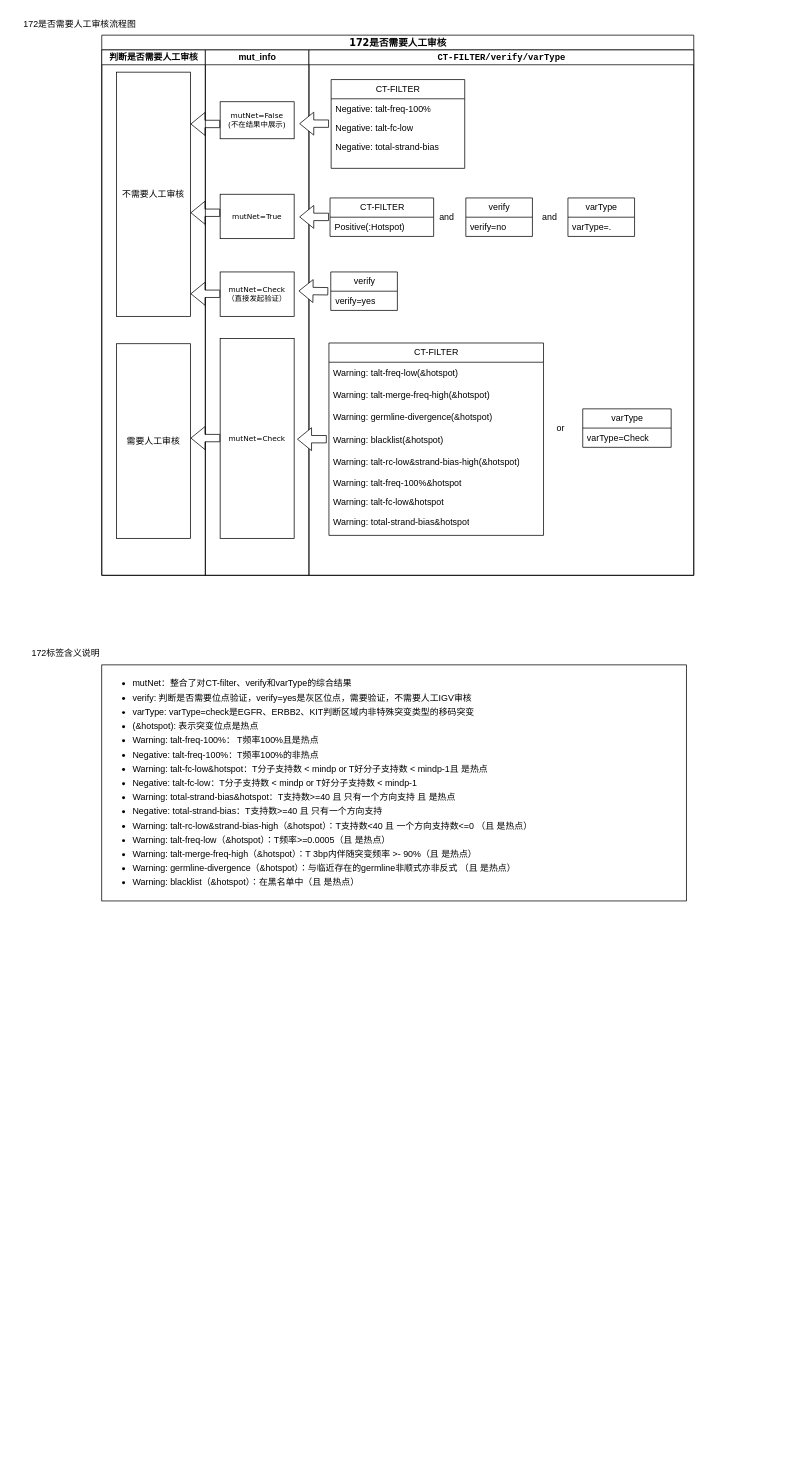
dingtian-genetronhealth/diagrams-genetron keeps this draw.io diagram as 172-0307 的副本.drawio. Above is the earlier version. Source tidied: cells renumbered, new cells numbered last; positions are measured from the earlier drawing's top-left corner, leaving out a move shared by most shapes. Both pictures are drawn from the tidied source at 74%, with x=0, y=0 at pixel (13, 13).
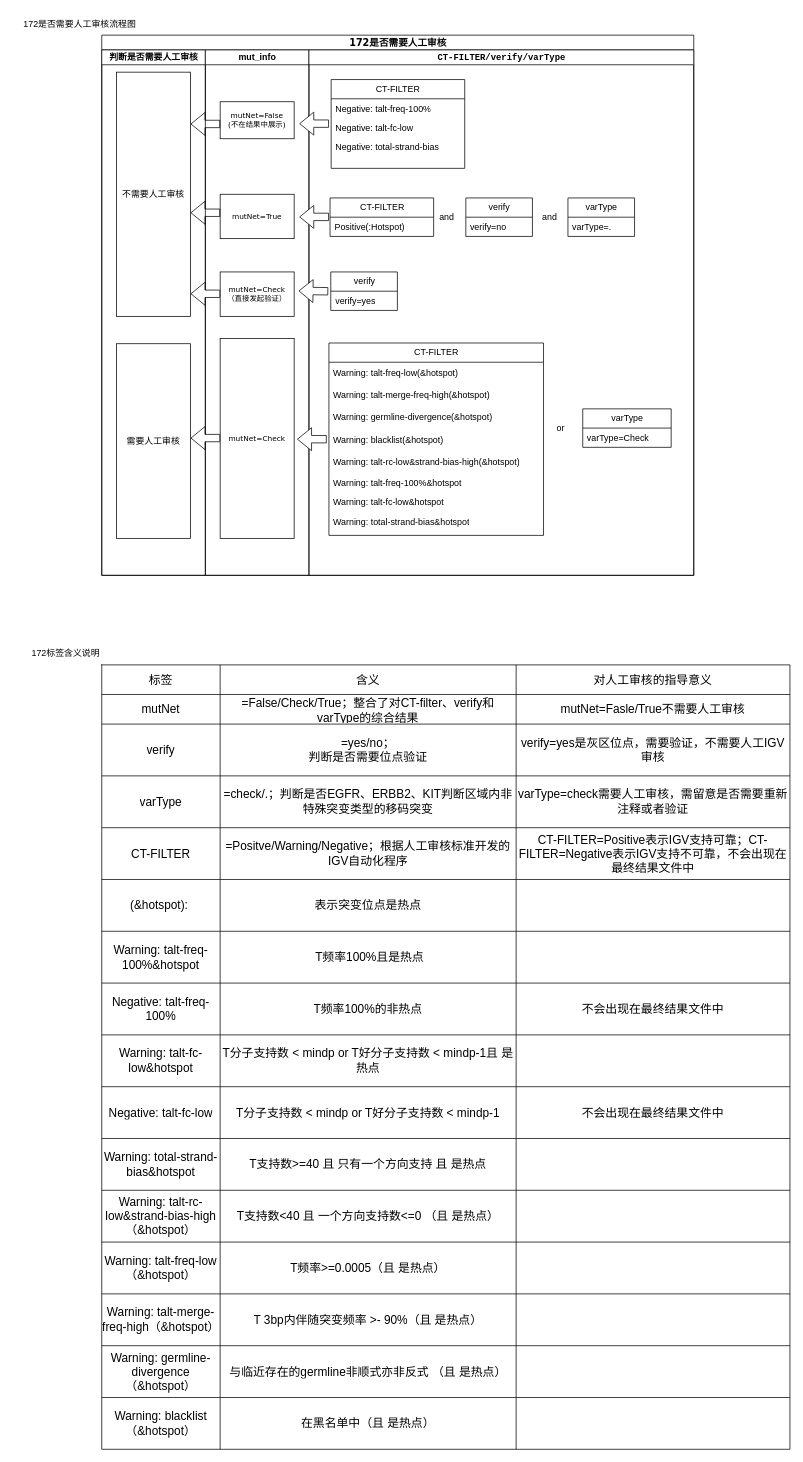
The same diagram, later.

Commit message:
更新172-0307 的副本.drawio

What changed in the source:
```diff
@@
-    <mxCell id="49" value="&lt;ul style=&quot;line-height: 160%;&quot;&gt;&lt;li&gt;mutNet：整合了对CT-filter、verify和varType的综合结果&lt;/li&gt;&lt;li&gt;verify: 判断是否需要位点验证，verify=yes是灰区位点，需要验证，不需要人工IGV审核&lt;/li&gt;&lt;li&gt;varType: varType=check是EGFR、ERBB2、KIT判断区域内非特殊突变类型的移码突变&lt;/li&gt;&lt;li&gt;(&amp;amp;hotspot): 表示突变位点是热点&lt;br&gt;&lt;/li&gt;&lt;li&gt;Warning:&amp;nbsp;talt-freq-100%： T频率100%且是热点&lt;br&gt;&lt;/li&gt;&lt;li&gt;Negative:&amp;nbsp;talt-freq-100%：T频率100%的非热点&lt;br&gt;&lt;/li&gt;&lt;li&gt;Warning: talt-fc-low&amp;amp;hotspot：T分子支持数 &amp;lt; mindp or T好分子支持数 &amp;lt; mindp-1且 是热点&lt;br&gt;&lt;/li&gt;&lt;li&gt;Negative:&amp;nbsp;talt-fc-low：T分子支持数 &amp;lt; mindp or T好分子支持数 &amp;lt; mindp-1&lt;br&gt;&lt;/li&gt;&lt;li&gt;Warning:&amp;nbsp;total-strand-bias&amp;amp;hotspot：T支持数&amp;gt;=40 且 只有一个方向支持 且 是热点&lt;br&gt;&lt;/li&gt;&lt;li&gt;Negative:&amp;nbsp;total-strand-bias：T支持数&amp;gt;=40 且 只有一个方向支持&lt;br&gt;&lt;/li&gt;&lt;li&gt;Warning:&amp;nbsp;talt-rc-low&amp;amp;strand-bias-high（&amp;amp;hotspot）：T支持数&amp;lt;40 且 一个方向支持数&amp;lt;=0 （且 是热点）&lt;br&gt;&lt;/li&gt;&lt;li&gt;Warning:&amp;nbsp;talt-freq-low（&amp;amp;hotspot）：T频率&amp;gt;=0.0005（且 是热点）&lt;br&gt;&lt;/li&gt;&lt;li&gt;Warning:&amp;nbsp;talt-merge-freq-high（&amp;amp;hotspot）：T 3bp内伴随突变频率 &amp;gt;- 90%（且 是热点）&lt;br&gt;&lt;/li&gt;&lt;li&gt;Warning:&amp;nbsp;germline-divergence（&amp;amp;hotspot）：与临近存在的germline非顺式亦非反式 （且 是热点）&lt;br&gt;&lt;/li&gt;&lt;li&gt;Warning:&amp;nbsp;blacklist（&amp;amp;hotspot）：在黑名单中（且 是热点）&lt;br&gt;&lt;/li&gt;&lt;/ul&gt;" style="text;strokeColor=default;fillColor=none;html=1;whiteSpace=wrap;verticalAlign=middle;overflow=hidden;" parent="1" vertex="1">
-      <mxGeometry x="120" y="881" width="790" height="319" as="geometry" />
-    </mxCell>
+    <mxCell id="50" style="shape=table;startSize=0;childLayout=tableLayout;fontSize=16;" parent="1" vertex="1">
+      <mxGeometry x="120" y="881" width="930" height="1060" as="geometry" />
+    </mxCell>
+    <mxCell id="51" style="shape=tableRow;horizontal=0;startSize=0;swimlaneHead=0;swimlaneBody=0;strokeColor=inherit;top=0;left=0;bottom=0;right=0;fillColor=none;fontSize=16;" parent="50" vertex="1">
+      <mxGeometry width="930" height="40" as="geometry" />
+    </mxCell>
+    <mxCell id="52" value="标签" style="shape=partialRectangle;html=1;whiteSpace=wrap;strokeColor=inherit;overflow=hidden;fillColor=none;top=0;left=0;bottom=0;right=0;fontSize=16;" parent="51" vertex="1">
+      <mxGeometry width="160" height="40" as="geometry" />
+    </mxCell>
+    <mxCell id="53" value="含义" style="shape=partialRectangle;html=1;whiteSpace=wrap;strokeColor=inherit;overflow=hidden;fillColor=none;top=0;left=0;bottom=0;right=0;fontSize=16;" parent="51" vertex="1">
+      <mxGeometry x="160" width="400" height="40" as="geometry" />
+    </mxCell>
+    <mxCell id="54" value="对人工审核的指导意义" style="shape=partialRectangle;html=1;whiteSpace=wrap;strokeColor=inherit;overflow=hidden;fillColor=none;top=0;left=0;bottom=0;right=0;fontSize=16;" parent="51" vertex="1">
+      <mxGeometry x="560" width="370" height="40" as="geometry" />
+    </mxCell>
+    <mxCell id="55" style="shape=tableRow;horizontal=0;startSize=0;swimlaneHead=0;swimlaneBody=0;strokeColor=inherit;top=0;left=0;bottom=0;right=0;fillColor=none;fontSize=16;" parent="50" vertex="1">
+      <mxGeometry y="40" width="930" height="40" as="geometry" />
+    </mxCell>
+    <mxCell id="56" value="mutNet" style="shape=partialRectangle;html=1;whiteSpace=wrap;strokeColor=inherit;overflow=hidden;fillColor=none;top=0;left=0;bottom=0;right=0;fontSize=16;" parent="55" vertex="1">
+      <mxGeometry width="160" height="40" as="geometry" />
+    </mxCell>
+    <mxCell id="57" value="=False/Check/True；整合了对CT-filter、verify和varType的综合结果" style="shape=partialRectangle;html=1;whiteSpace=wrap;strokeColor=inherit;overflow=hidden;fillColor=none;top=0;left=0;bottom=0;right=0;fontSize=16;" parent="55" vertex="1">
+      <mxGeometry x="160" width="400" height="40" as="geometry" />
+    </mxCell>
+    <mxCell id="58" value="mutNet=Fasle/True不需要人工审核" style="shape=partialRectangle;html=1;whiteSpace=wrap;strokeColor=inherit;overflow=hidden;fillColor=none;top=0;left=0;bottom=0;right=0;fontSize=16;" parent="55" vertex="1">
+      <mxGeometry x="560" width="370" height="40" as="geometry" />
+    </mxCell>
+    <mxCell id="59" style="shape=tableRow;horizontal=0;startSize=0;swimlaneHead=0;swimlaneBody=0;strokeColor=inherit;top=0;left=0;bottom=0;right=0;fillColor=none;fontSize=16;" parent="50" vertex="1">
+      <mxGeometry y="80" width="930" height="70" as="geometry" />
+    </mxCell>
+    <mxCell id="60" value="verify" style="shape=partialRectangle;html=1;whiteSpace=wrap;strokeColor=inherit;overflow=hidden;fillColor=none;top=0;left=0;bottom=0;right=0;fontSize=16;" parent="59" vertex="1">
+      <mxGeometry width="160" height="70" as="geometry" />
+    </mxCell>
+    <mxCell id="61" value="=yes/no；&lt;br&gt;判断是否需要位点验证" style="shape=partialRectangle;html=1;whiteSpace=wrap;strokeColor=inherit;overflow=hidden;fillColor=none;top=0;left=0;bottom=0;right=0;fontSize=16;" parent="59" vertex="1">
+      <mxGeometry x="160" width="400" height="70" as="geometry" />
+    </mxCell>
+    <mxCell id="62" value="verify=yes是灰区位点，需要验证，不需要人工IGV审核" style="shape=partialRectangle;html=1;whiteSpace=wrap;strokeColor=inherit;overflow=hidden;fillColor=none;top=0;left=0;bottom=0;right=0;fontSize=16;" parent="59" vertex="1">
+      <mxGeometry x="560" width="370" height="70" as="geometry" />
+    </mxCell>
+    <mxCell id="63" style="shape=tableRow;horizontal=0;startSize=0;swimlaneHead=0;swimlaneBody=0;strokeColor=inherit;top=0;left=0;bottom=0;right=0;fillColor=none;fontSize=16;" parent="50" vertex="1">
+      <mxGeometry y="150" width="930" height="70" as="geometry" />
+    </mxCell>
+    <mxCell id="64" value="varType" style="shape=partialRectangle;html=1;whiteSpace=wrap;strokeColor=inherit;overflow=hidden;fillColor=none;top=0;left=0;bottom=0;right=0;fontSize=16;" parent="63" vertex="1">
+      <mxGeometry width="160" height="70" as="geometry" />
+    </mxCell>
+    <mxCell id="65" value="=check/.；判断是否EGFR、ERBB2、KIT判断区域内非特殊突变类型的移码突变" style="shape=partialRectangle;html=1;whiteSpace=wrap;strokeColor=inherit;overflow=hidden;fillColor=none;top=0;left=0;bottom=0;right=0;fontSize=16;" parent="63" vertex="1">
+      <mxGeometry x="160" width="400" height="70" as="geometry" />
+    </mxCell>
+    <mxCell id="66" value="varType=check需要人工审核，需留意是否需要重新注释或者验证" style="shape=partialRectangle;html=1;whiteSpace=wrap;strokeColor=inherit;overflow=hidden;fillColor=none;top=0;left=0;bottom=0;right=0;fontSize=16;" parent="63" vertex="1">
+      <mxGeometry x="560" width="370" height="70" as="geometry" />
+    </mxCell>
+    <mxCell id="67" style="shape=tableRow;horizontal=0;startSize=0;swimlaneHead=0;swimlaneBody=0;strokeColor=inherit;top=0;left=0;bottom=0;right=0;fillColor=none;fontSize=16;" parent="50" vertex="1">
+      <mxGeometry y="220" width="930" height="70" as="geometry" />
+    </mxCell>
+    <mxCell id="68" value="CT-FILTER" style="shape=partialRectangle;html=1;whiteSpace=wrap;strokeColor=inherit;overflow=hidden;fillColor=none;top=0;left=0;bottom=0;right=0;fontSize=16;" parent="67" vertex="1">
+      <mxGeometry width="160" height="70" as="geometry" />
+    </mxCell>
+    <mxCell id="69" value="=Positve/Warning/Negative；根据人工审核标准开发的IGV自动化程序" style="shape=partialRectangle;html=1;whiteSpace=wrap;strokeColor=inherit;overflow=hidden;fillColor=none;top=0;left=0;bottom=0;right=0;fontSize=16;" parent="67" vertex="1">
+      <mxGeometry x="160" width="400" height="70" as="geometry" />
+    </mxCell>
+    <mxCell id="70" value="CT-FILTER=Positive表示IGV支持可靠；CT-FILTER=Negative表示IGV支持不可靠，不会出现在最终结果文件中" style="shape=partialRectangle;html=1;whiteSpace=wrap;strokeColor=inherit;overflow=hidden;fillColor=none;top=0;left=0;bottom=0;right=0;fontSize=16;" parent="67" vertex="1">
+      <mxGeometry x="560" width="370" height="70" as="geometry" />
+    </mxCell>
+    <mxCell id="71" style="shape=tableRow;horizontal=0;startSize=0;swimlaneHead=0;swimlaneBody=0;strokeColor=inherit;top=0;left=0;bottom=0;right=0;fillColor=none;fontSize=16;" parent="50" vertex="1">
+      <mxGeometry y="290" width="930" height="70" as="geometry" />
+    </mxCell>
+    <mxCell id="72" value="(&amp;amp;hotspot):&amp;nbsp;" style="shape=partialRectangle;html=1;whiteSpace=wrap;strokeColor=inherit;overflow=hidden;fillColor=none;top=0;left=0;bottom=0;right=0;fontSize=16;" parent="71" vertex="1">
+      <mxGeometry width="160" height="70" as="geometry" />
+    </mxCell>
+    <mxCell id="73" value="表示突变位点是热点" style="shape=partialRectangle;html=1;whiteSpace=wrap;strokeColor=inherit;overflow=hidden;fillColor=none;top=0;left=0;bottom=0;right=0;fontSize=16;" parent="71" vertex="1">
+      <mxGeometry x="160" width="400" height="70" as="geometry" />
+    </mxCell>
+    <mxCell id="74" style="shape=partialRectangle;html=1;whiteSpace=wrap;strokeColor=inherit;overflow=hidden;fillColor=none;top=0;left=0;bottom=0;right=0;fontSize=16;" parent="71" vertex="1">
+      <mxGeometry x="560" width="370" height="70" as="geometry" />
+    </mxCell>
+    <mxCell id="75" style="shape=tableRow;horizontal=0;startSize=0;swimlaneHead=0;swimlaneBody=0;strokeColor=inherit;top=0;left=0;bottom=0;right=0;fillColor=none;fontSize=16;" parent="50" vertex="1">
+      <mxGeometry y="360" width="930" height="70" as="geometry" />
+    </mxCell>
+    <mxCell id="76" value="Warning:&amp;nbsp;talt-freq-100%&amp;amp;hotspot" style="shape=partialRectangle;html=1;whiteSpace=wrap;strokeColor=inherit;overflow=hidden;fillColor=none;top=0;left=0;bottom=0;right=0;fontSize=16;" parent="75" vertex="1">
+      <mxGeometry width="160" height="70" as="geometry" />
+    </mxCell>
+    <mxCell id="77" value="&amp;nbsp;T频率100%且是热点" style="shape=partialRectangle;html=1;whiteSpace=wrap;strokeColor=inherit;overflow=hidden;fillColor=none;top=0;left=0;bottom=0;right=0;fontSize=16;" parent="75" vertex="1">
+      <mxGeometry x="160" width="400" height="70" as="geometry" />
+    </mxCell>
+    <mxCell id="78" style="shape=partialRectangle;html=1;whiteSpace=wrap;strokeColor=inherit;overflow=hidden;fillColor=none;top=0;left=0;bottom=0;right=0;fontSize=16;" parent="75" vertex="1">
+      <mxGeometry x="560" width="370" height="70" as="geometry" />
+    </mxCell>
+    <mxCell id="79" style="shape=tableRow;horizontal=0;startSize=0;swimlaneHead=0;swimlaneBody=0;strokeColor=inherit;top=0;left=0;bottom=0;right=0;fillColor=none;fontSize=16;" parent="50" vertex="1">
+      <mxGeometry y="430" width="930" height="70" as="geometry" />
+    </mxCell>
+    <mxCell id="80" value="Negative:&amp;nbsp;talt-freq-100%" style="shape=partialRectangle;html=1;whiteSpace=wrap;strokeColor=inherit;overflow=hidden;fillColor=none;top=0;left=0;bottom=0;right=0;fontSize=16;" parent="79" vertex="1">
+      <mxGeometry width="160" height="70" as="geometry" />
+    </mxCell>
+    <mxCell id="81" value="T频率100%的非热点" style="shape=partialRectangle;html=1;whiteSpace=wrap;strokeColor=inherit;overflow=hidden;fillColor=none;top=0;left=0;bottom=0;right=0;fontSize=16;" parent="79" vertex="1">
+      <mxGeometry x="160" width="400" height="70" as="geometry" />
+    </mxCell>
+    <mxCell id="82" value="不会出现在最终结果文件中" style="shape=partialRectangle;html=1;whiteSpace=wrap;strokeColor=inherit;overflow=hidden;fillColor=none;top=0;left=0;bottom=0;right=0;fontSize=16;" parent="79" vertex="1">
+      <mxGeometry x="560" width="370" height="70" as="geometry" />
+    </mxCell>
+    <mxCell id="83" style="shape=tableRow;horizontal=0;startSize=0;swimlaneHead=0;swimlaneBody=0;strokeColor=inherit;top=0;left=0;bottom=0;right=0;fillColor=none;fontSize=16;" parent="50" vertex="1">
+      <mxGeometry y="500" width="930" height="70" as="geometry" />
+    </mxCell>
+    <mxCell id="84" value="Warning: talt-fc-low&amp;amp;hotspot" style="shape=partialRectangle;html=1;whiteSpace=wrap;strokeColor=inherit;overflow=hidden;fillColor=none;top=0;left=0;bottom=0;right=0;fontSize=16;" parent="83" vertex="1">
+      <mxGeometry width="160" height="70" as="geometry" />
+    </mxCell>
+    <mxCell id="85" value="T分子支持数 &amp;lt; mindp or T好分子支持数 &amp;lt; mindp-1且 是热点" style="shape=partialRectangle;html=1;whiteSpace=wrap;strokeColor=inherit;overflow=hidden;fillColor=none;top=0;left=0;bottom=0;right=0;fontSize=16;" parent="83" vertex="1">
+      <mxGeometry x="160" width="400" height="70" as="geometry" />
+    </mxCell>
+    <mxCell id="86" style="shape=partialRectangle;html=1;whiteSpace=wrap;strokeColor=inherit;overflow=hidden;fillColor=none;top=0;left=0;bottom=0;right=0;fontSize=16;" parent="83" vertex="1">
+      <mxGeometry x="560" width="370" height="70" as="geometry" />
+    </mxCell>
+    <mxCell id="87" style="shape=tableRow;horizontal=0;startSize=0;swimlaneHead=0;swimlaneBody=0;strokeColor=inherit;top=0;left=0;bottom=0;right=0;fillColor=none;fontSize=16;" parent="50" vertex="1">
+      <mxGeometry y="570" width="930" height="70" as="geometry" />
+    </mxCell>
+    <mxCell id="88" value="Negative:&amp;nbsp;talt-fc-low" style="shape=partialRectangle;html=1;whiteSpace=wrap;strokeColor=inherit;overflow=hidden;fillColor=none;top=0;left=0;bottom=0;right=0;fontSize=16;" parent="87" vertex="1">
+      <mxGeometry width="160" height="70" as="geometry" />
+    </mxCell>
+    <mxCell id="89" value="T分子支持数 &amp;lt; mindp or T好分子支持数 &amp;lt; mindp-1" style="shape=partialRectangle;html=1;whiteSpace=wrap;strokeColor=inherit;overflow=hidden;fillColor=none;top=0;left=0;bottom=0;right=0;fontSize=16;" parent="87" vertex="1">
+      <mxGeometry x="160" width="400" height="70" as="geometry" />
+    </mxCell>
+    <mxCell id="90" value="不会出现在最终结果文件中" style="shape=partialRectangle;html=1;whiteSpace=wrap;strokeColor=inherit;overflow=hidden;fillColor=none;top=0;left=0;bottom=0;right=0;fontSize=16;" parent="87" vertex="1">
+      <mxGeometry x="560" width="370" height="70" as="geometry" />
+    </mxCell>
+    <mxCell id="91" style="shape=tableRow;horizontal=0;startSize=0;swimlaneHead=0;swimlaneBody=0;strokeColor=inherit;top=0;left=0;bottom=0;right=0;fillColor=none;fontSize=16;" parent="50" vertex="1">
+      <mxGeometry y="640" width="930" height="70" as="geometry" />
+    </mxCell>
+    <mxCell id="92" value="Warning:&amp;nbsp;total-strand-bias&amp;amp;hotspot" style="shape=partialRectangle;html=1;whiteSpace=wrap;strokeColor=inherit;overflow=hidden;fillColor=none;top=0;left=0;bottom=0;right=0;fontSize=16;" parent="91" vertex="1">
+      <mxGeometry width="160" height="70" as="geometry" />
+    </mxCell>
+    <mxCell id="93" value="T支持数&amp;gt;=40 且 只有一个方向支持 且 是热点" style="shape=partialRectangle;html=1;whiteSpace=wrap;strokeColor=inherit;overflow=hidden;fillColor=none;top=0;left=0;bottom=0;right=0;fontSize=16;" parent="91" vertex="1">
+      <mxGeometry x="160" width="400" height="70" as="geometry" />
+    </mxCell>
+    <mxCell id="94" style="shape=partialRectangle;html=1;whiteSpace=wrap;strokeColor=inherit;overflow=hidden;fillColor=none;top=0;left=0;bottom=0;right=0;fontSize=16;" parent="91" vertex="1">
+      <mxGeometry x="560" width="370" height="70" as="geometry" />
+    </mxCell>
+    <mxCell id="95" style="shape=tableRow;horizontal=0;startSize=0;swimlaneHead=0;swimlaneBody=0;strokeColor=inherit;top=0;left=0;bottom=0;right=0;fillColor=none;fontSize=16;" parent="50" vertex="1">
+      <mxGeometry y="710" width="930" height="70" as="geometry" />
+    </mxCell>
+    <mxCell id="96" value="Warning:&amp;nbsp;talt-rc-low&amp;amp;strand-bias-high（&amp;amp;hotspot）" style="shape=partialRectangle;html=1;whiteSpace=wrap;strokeColor=inherit;overflow=hidden;fillColor=none;top=0;left=0;bottom=0;right=0;fontSize=16;" parent="95" vertex="1">
+      <mxGeometry width="160" height="70" as="geometry" />
+    </mxCell>
+    <mxCell id="97" value="T支持数&amp;lt;40 且 一个方向支持数&amp;lt;=0 （且 是热点）" style="shape=partialRectangle;html=1;whiteSpace=wrap;strokeColor=inherit;overflow=hidden;fillColor=none;top=0;left=0;bottom=0;right=0;fontSize=16;" parent="95" vertex="1">
+      <mxGeometry x="160" width="400" height="70" as="geometry" />
+    </mxCell>
+    <mxCell id="98" style="shape=partialRectangle;html=1;whiteSpace=wrap;strokeColor=inherit;overflow=hidden;fillColor=none;top=0;left=0;bottom=0;right=0;fontSize=16;" parent="95" vertex="1">
+      <mxGeometry x="560" width="370" height="70" as="geometry" />
+    </mxCell>
+    <mxCell id="99" style="shape=tableRow;horizontal=0;startSize=0;swimlaneHead=0;swimlaneBody=0;strokeColor=inherit;top=0;left=0;bottom=0;right=0;fillColor=none;fontSize=16;" parent="50" vertex="1">
+      <mxGeometry y="780" width="930" height="70" as="geometry" />
+    </mxCell>
+    <mxCell id="100" value="Warning:&amp;nbsp;talt-freq-low（&amp;amp;hotspot）" style="shape=partialRectangle;html=1;whiteSpace=wrap;strokeColor=inherit;overflow=hidden;fillColor=none;top=0;left=0;bottom=0;right=0;fontSize=16;" parent="99" vertex="1">
+      <mxGeometry width="160" height="70" as="geometry" />
+    </mxCell>
+    <mxCell id="101" value="T频率&amp;gt;=0.0005（且 是热点）" style="shape=partialRectangle;html=1;whiteSpace=wrap;strokeColor=inherit;overflow=hidden;fillColor=none;top=0;left=0;bottom=0;right=0;fontSize=16;" parent="99" vertex="1">
+      <mxGeometry x="160" width="400" height="70" as="geometry" />
+    </mxCell>
+    <mxCell id="102" style="shape=partialRectangle;html=1;whiteSpace=wrap;strokeColor=inherit;overflow=hidden;fillColor=none;top=0;left=0;bottom=0;right=0;fontSize=16;" parent="99" vertex="1">
+      <mxGeometry x="560" width="370" height="70" as="geometry" />
+    </mxCell>
+    <mxCell id="103" style="shape=tableRow;horizontal=0;startSize=0;swimlaneHead=0;swimlaneBody=0;strokeColor=inherit;top=0;left=0;bottom=0;right=0;fillColor=none;fontSize=16;" parent="50" vertex="1">
+      <mxGeometry y="850" width="930" height="70" as="geometry" />
+    </mxCell>
+    <mxCell id="104" value="Warning:&amp;nbsp;talt-merge-freq-high（&amp;amp;hotspot）" style="shape=partialRectangle;html=1;whiteSpace=wrap;strokeColor=inherit;overflow=hidden;fillColor=none;top=0;left=0;bottom=0;right=0;fontSize=16;" parent="103" vertex="1">
+      <mxGeometry width="160" height="70" as="geometry" />
+    </mxCell>
+    <mxCell id="105" value="T 3bp内伴随突变频率 &amp;gt;- 90%（且 是热点）" style="shape=partialRectangle;html=1;whiteSpace=wrap;strokeColor=inherit;overflow=hidden;fillColor=none;top=0;left=0;bottom=0;right=0;fontSize=16;" parent="103" vertex="1">
+      <mxGeometry x="160" width="400" height="70" as="geometry" />
+    </mxCell>
+    <mxCell id="106" style="shape=partialRectangle;html=1;whiteSpace=wrap;strokeColor=inherit;overflow=hidden;fillColor=none;top=0;left=0;bottom=0;right=0;fontSize=16;" parent="103" vertex="1">
+      <mxGeometry x="560" width="370" height="70" as="geometry" />
+    </mxCell>
+    <mxCell id="107" style="shape=tableRow;horizontal=0;startSize=0;swimlaneHead=0;swimlaneBody=0;strokeColor=inherit;top=0;left=0;bottom=0;right=0;fillColor=none;fontSize=16;" parent="50" vertex="1">
+      <mxGeometry y="920" width="930" height="70" as="geometry" />
+    </mxCell>
+    <mxCell id="108" value="Warning:&amp;nbsp;germline-divergence（&amp;amp;hotspot）" style="shape=partialRectangle;html=1;whiteSpace=wrap;strokeColor=inherit;overflow=hidden;fillColor=none;top=0;left=0;bottom=0;right=0;fontSize=16;" parent="107" vertex="1">
+      <mxGeometry width="160" height="70" as="geometry" />
+    </mxCell>
+    <mxCell id="109" value="与临近存在的germline非顺式亦非反式 （且 是热点）" style="shape=partialRectangle;html=1;whiteSpace=wrap;strokeColor=inherit;overflow=hidden;fillColor=none;top=0;left=0;bottom=0;right=0;fontSize=16;" parent="107" vertex="1">
+      <mxGeometry x="160" width="400" height="70" as="geometry" />
+    </mxCell>
+    <mxCell id="110" style="shape=partialRectangle;html=1;whiteSpace=wrap;strokeColor=inherit;overflow=hidden;fillColor=none;top=0;left=0;bottom=0;right=0;fontSize=16;" parent="107" vertex="1">
+      <mxGeometry x="560" width="370" height="70" as="geometry" />
+    </mxCell>
+    <mxCell id="111" style="shape=tableRow;horizontal=0;startSize=0;swimlaneHead=0;swimlaneBody=0;strokeColor=inherit;top=0;left=0;bottom=0;right=0;fillColor=none;fontSize=16;" parent="50" vertex="1">
+      <mxGeometry y="990" width="930" height="70" as="geometry" />
+    </mxCell>
+    <mxCell id="112" value="Warning:&amp;nbsp;blacklist（&amp;amp;hotspot）" style="shape=partialRectangle;html=1;whiteSpace=wrap;strokeColor=inherit;overflow=hidden;fillColor=none;top=0;left=0;bottom=0;right=0;fontSize=16;" parent="111" vertex="1">
+      <mxGeometry width="160" height="70" as="geometry" />
+    </mxCell>
+    <mxCell id="113" value="在黑名单中（且 是热点）" style="shape=partialRectangle;html=1;whiteSpace=wrap;strokeColor=inherit;overflow=hidden;fillColor=none;top=0;left=0;bottom=0;right=0;fontSize=16;" parent="111" vertex="1">
+      <mxGeometry x="160" width="400" height="70" as="geometry" />
+    </mxCell>
+    <mxCell id="114" style="shape=partialRectangle;html=1;whiteSpace=wrap;strokeColor=inherit;overflow=hidden;fillColor=none;top=0;left=0;bottom=0;right=0;fontSize=16;" parent="111" vertex="1">
+      <mxGeometry x="560" width="370" height="70" as="geometry" />
+    </mxCell>
```
